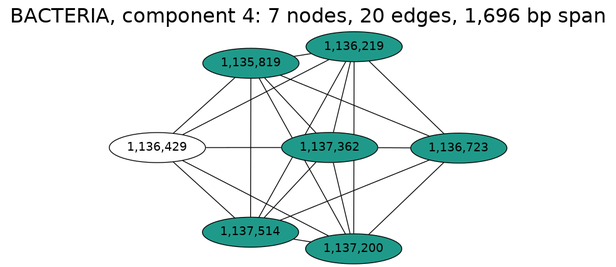
This is notebooks/graphs/BACTERIA_cc4.png from fedarko/sheepgut, a Graphviz export, as it was before one commit. Its source is kept beside it as notebooks/graphs/BACTERIA_cc4.gv. Source of this version:
```dot
graph BACTERIA_cc4 {
	overlap="prism50";
	outputorder="edgesfirst";
	node [style="filled"];
	label="BACTERIA, component 4: 7 nodes, 20 edges, 1,696 bp span";
	labelloc="t";
	fontsize=24;
	"1,135,819" [fillcolor="#1f9a8a", fontcolor="#000000"];
	"1,136,219" [fillcolor="#1f9a8a", fontcolor="#000000"];
	"1,136,429" [fillcolor="#ffffff", fontcolor="#000000"];
	"1,136,723" [fillcolor="#1f9a8a", fontcolor="#000000"];
	"1,137,200" [fillcolor="#1f9a8a", fontcolor="#000000"];
	"1,137,362" [fillcolor="#1f9a8a", fontcolor="#000000"];
	"1,137,514" [fillcolor="#1f9a8a", fontcolor="#000000"];
	"1,137,514" -- "1,135,819";
	"1,137,514" -- "1,136,219";
	"1,137,514" -- "1,136,429";
	"1,137,514" -- "1,136,723";
	"1,137,514" -- "1,137,200";
	"1,137,514" -- "1,137,362";
	"1,135,819" -- "1,136,219";
	"1,135,819" -- "1,136,429";
	"1,135,819" -- "1,136,723";
	"1,135,819" -- "1,137,200";
	"1,135,819" -- "1,137,362";
	"1,136,429" -- "1,136,219";
	"1,136,429" -- "1,137,200";
	"1,136,429" -- "1,137,362";
	"1,137,200" -- "1,136,219";
	"1,137,200" -- "1,136,723";
	"1,137,200" -- "1,137,362";
	"1,137,362" -- "1,136,219";
	"1,137,362" -- "1,136,723";
	"1,136,723" -- "1,136,219";
}
```
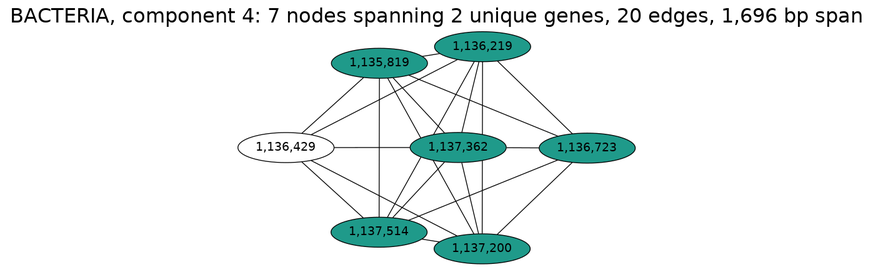
The same diagram one commit later.

What changed in the source:
```diff
@@ -2,7 +2,7 @@
 	overlap="prism50";
 	outputorder="edgesfirst";
 	node [style="filled"];
-	label="BACTERIA, component 4: 7 nodes, 20 edges, 1,696 bp span";
+	label="BACTERIA, component 4: 7 nodes spanning 2 unique genes, 20 edges, 1,696 bp span";
 	labelloc="t";
 	fontsize=24;
 	"1,135,819" [fillcolor="#1f9a8a", fontcolor="#000000"];
```
